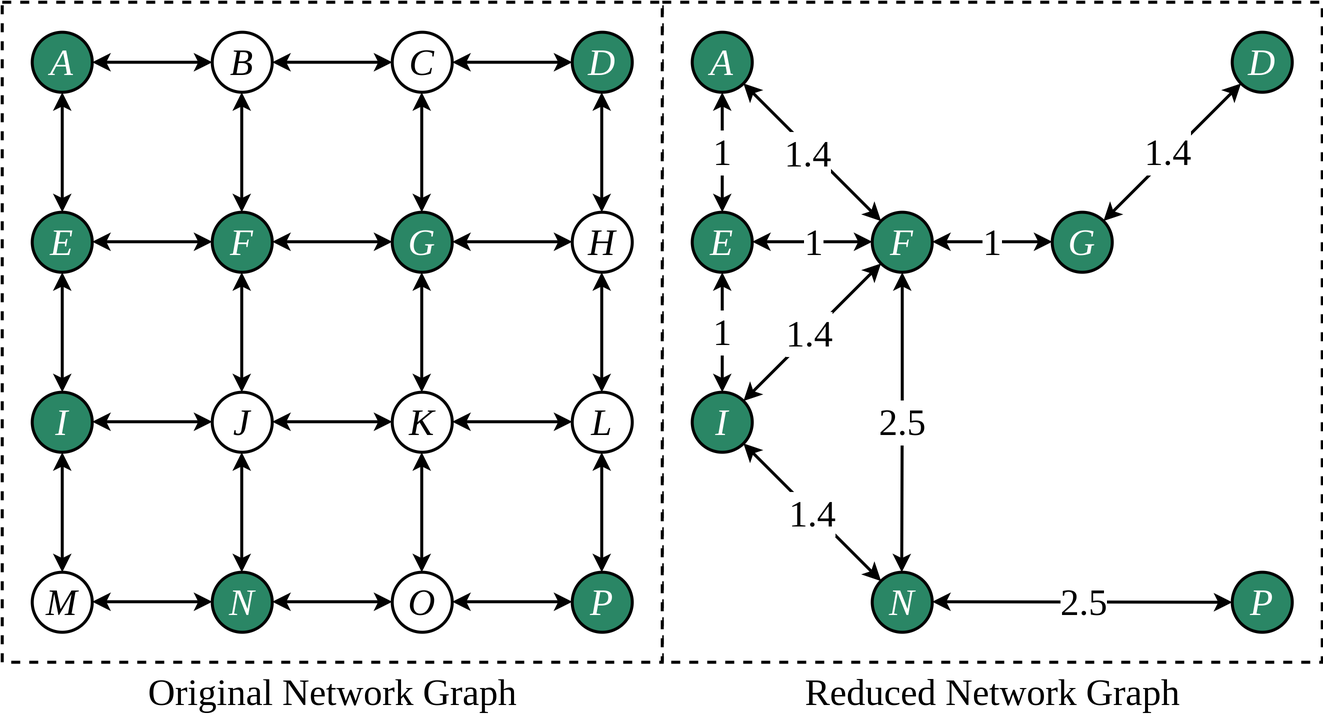
Earlier version of the draw.io export Paper/figs/reduced_sub_network_graph.png (airabino/charger_network_analysis). Source tidied: cells renumbered, new cells last; positions are measured from the earlier drawing's top-left corner, leaving out a move shared by most shapes.
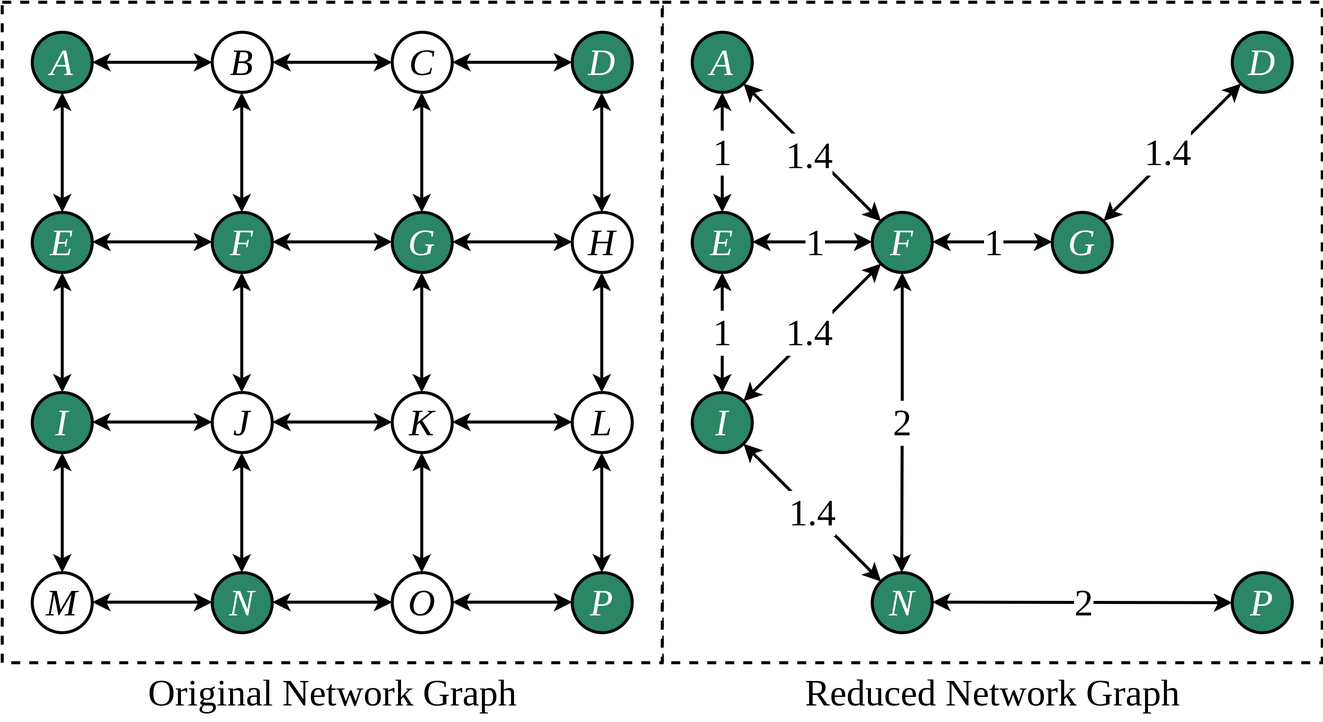
Later version of the same file.

The edit, as a diff of the source:
```diff
@@ -241,7 +241,7 @@
         </Array>
       </mxGeometry>
     </mxCell>
-    <mxCell id="57" value="2.5" style="edgeLabel;html=1;align=center;verticalAlign=middle;fontFamily=Times New Roman;fontSize=25;" parent="56" vertex="1">
+    <mxCell id="57" value="2" style="edgeLabel;html=1;align=center;verticalAlign=middle;fontFamily=Times New Roman;fontSize=25;" parent="56" vertex="1">
       <mxGeometry x="-0.07" y="2" relative="1" as="geometry">
         <mxPoint x="2" y="-7" as="offset" />
       </mxGeometry>
@@ -276,7 +276,7 @@
         <mxPoint x="620" y="399.7" as="sourcePoint" />
       </mxGeometry>
     </mxCell>
-    <mxCell id="64" value="2.5" style="edgeLabel;html=1;align=center;verticalAlign=middle;fontFamily=Times New Roman;fontSize=25;" parent="63" vertex="1">
+    <mxCell id="64" value="2" style="edgeLabel;html=1;align=center;verticalAlign=middle;fontFamily=Times New Roman;fontSize=25;" parent="63" vertex="1">
       <mxGeometry x="0.03" y="3" relative="1" as="geometry">
         <mxPoint x="-3" y="3" as="offset" />
       </mxGeometry>
```
